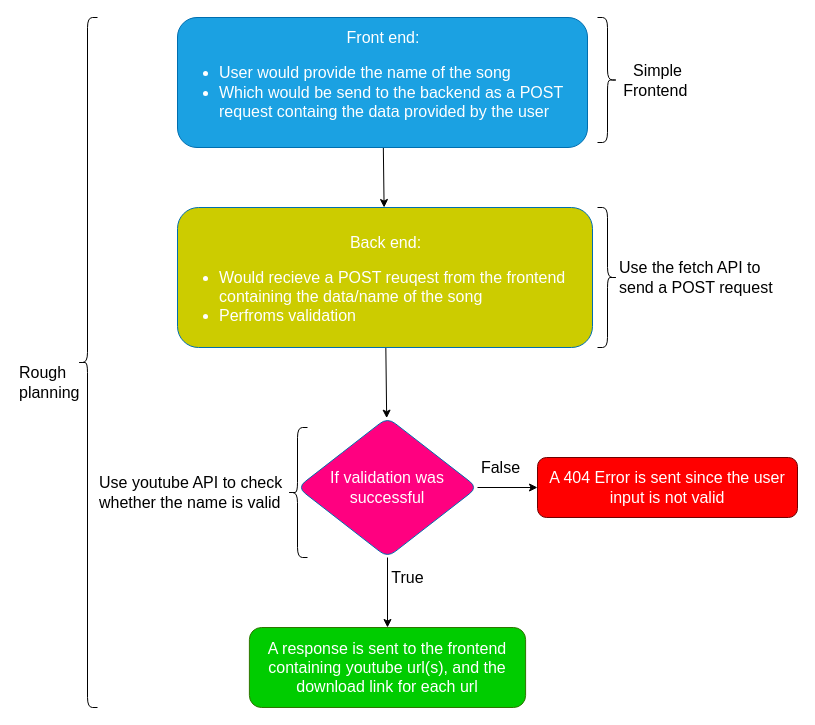
This is other/planning.drawio from JagTheFriend/Download-audio-from-youtube, a draw.io file, before an edit. Source tidied: cells renumbered, new cells numbered last; positions are measured from the earlier drawing's top-left corner, leaving out a move shared by most shapes. Both pictures are drawn from the tidied source at 100%, with x=0, y=0 at pixel (17, 17).
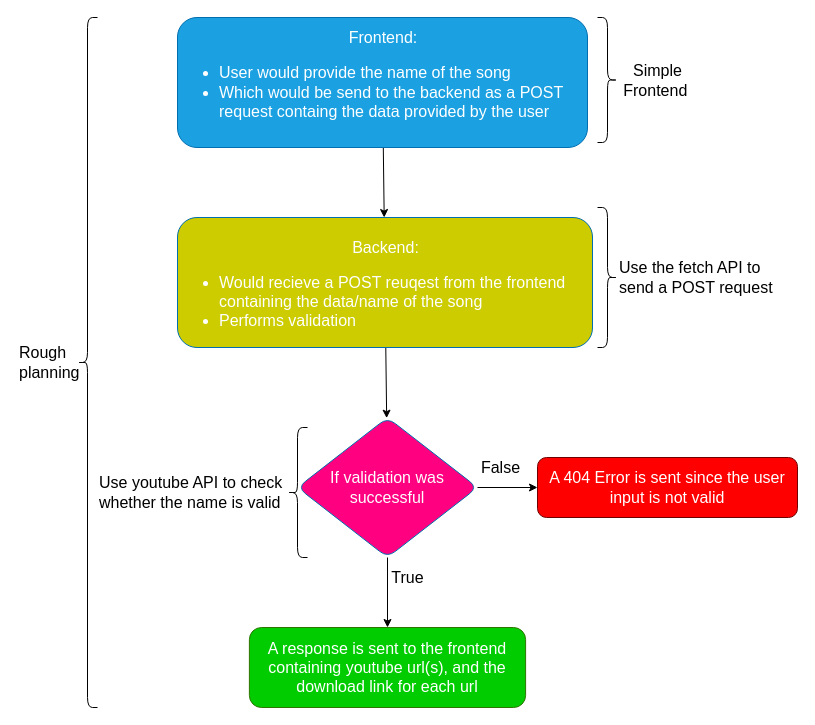
The same diagram, later.

Diff of the diagram source:
```diff
@@
-    <mxCell id="3" value="&lt;div style=&quot;text-align: center&quot;&gt;&lt;span style=&quot;font-size: 16px&quot;&gt;Front end:&lt;/span&gt;&lt;/div&gt;&lt;span style=&quot;font-size: 16px&quot;&gt;&lt;ul&gt;&lt;li&gt;&lt;span style=&quot;font-size: 16px&quot;&gt;User would provide the name of the song&lt;/span&gt;&lt;/li&gt;&lt;li&gt;Which would be send to the backend as a POST request containg the data provided by the user&lt;/li&gt;&lt;/ul&gt;&lt;/span&gt;" style="rounded=1;whiteSpace=wrap;html=1;align=left;fillColor=#1ba1e2;fontColor=#ffffff;strokeColor=#006EAF;" parent="1" vertex="1">
+    <mxCell id="3" value="&lt;div style=&quot;text-align: center&quot;&gt;&lt;span style=&quot;font-size: 16px&quot;&gt;Frontend:&lt;/span&gt;&lt;/div&gt;&lt;span style=&quot;font-size: 16px&quot;&gt;&lt;ul&gt;&lt;li&gt;&lt;span style=&quot;font-size: 16px&quot;&gt;User would provide the name of the song&lt;/span&gt;&lt;/li&gt;&lt;li&gt;Which would be send to the backend as a POST request containg the data provided by the user&lt;/li&gt;&lt;/ul&gt;&lt;/span&gt;" style="rounded=1;whiteSpace=wrap;html=1;align=left;fillColor=#1ba1e2;fontColor=#ffffff;strokeColor=#006EAF;" parent="1" vertex="1">
       <mxGeometry x="160" width="410" height="130" as="geometry" />
     </mxCell>
@@
-    <mxCell id="5" value="&lt;font style=&quot;font-size: 16px&quot;&gt;&lt;br&gt;&lt;div style=&quot;text-align: center&quot;&gt;&lt;span&gt;Back end:&lt;/span&gt;&lt;/div&gt;&lt;ul&gt;&lt;li&gt;&lt;font style=&quot;font-size: 16px&quot;&gt;Would recieve a POST reuqest from the frontend containing the data/name of the song&lt;/font&gt;&lt;/li&gt;&lt;li&gt;&lt;font style=&quot;font-size: 16px&quot;&gt;Perfroms validation&lt;/font&gt;&lt;/li&gt;&lt;/ul&gt;&lt;/font&gt;" style="rounded=1;whiteSpace=wrap;html=1;align=left;fillColor=#CCCC00;fontColor=#ffffff;strokeColor=#006EAF;" parent="1" vertex="1">
-      <mxGeometry x="160" y="190" width="415" height="140" as="geometry" />
+    <mxCell id="5" value="&lt;font style=&quot;font-size: 16px&quot;&gt;&lt;br&gt;&lt;div style=&quot;text-align: center&quot;&gt;&lt;span&gt;Backend:&lt;/span&gt;&lt;/div&gt;&lt;ul&gt;&lt;li&gt;&lt;font style=&quot;font-size: 16px&quot;&gt;Would recieve a POST reuqest from the frontend containing the data/name of the song&lt;/font&gt;&lt;/li&gt;&lt;li&gt;&lt;font style=&quot;font-size: 16px&quot;&gt;Performs validation&lt;/font&gt;&lt;/li&gt;&lt;/ul&gt;&lt;/font&gt;" style="rounded=1;whiteSpace=wrap;html=1;align=left;fillColor=#CCCC00;fontColor=#ffffff;strokeColor=#006EAF;" parent="1" vertex="1">
+      <mxGeometry x="160" y="200" width="415" height="130" as="geometry" />
     </mxCell>
@@
     <mxCell id="14" value="Rough &lt;br&gt;planning" style="text;html=1;align=left;verticalAlign=middle;strokeColor=none;fillColor=none;fontSize=16;" parent="1" vertex="1">
-      <mxGeometry y="345" width="80" height="40" as="geometry" />
+      <mxGeometry y="325" width="80" height="40" as="geometry" />
     </mxCell>
```
